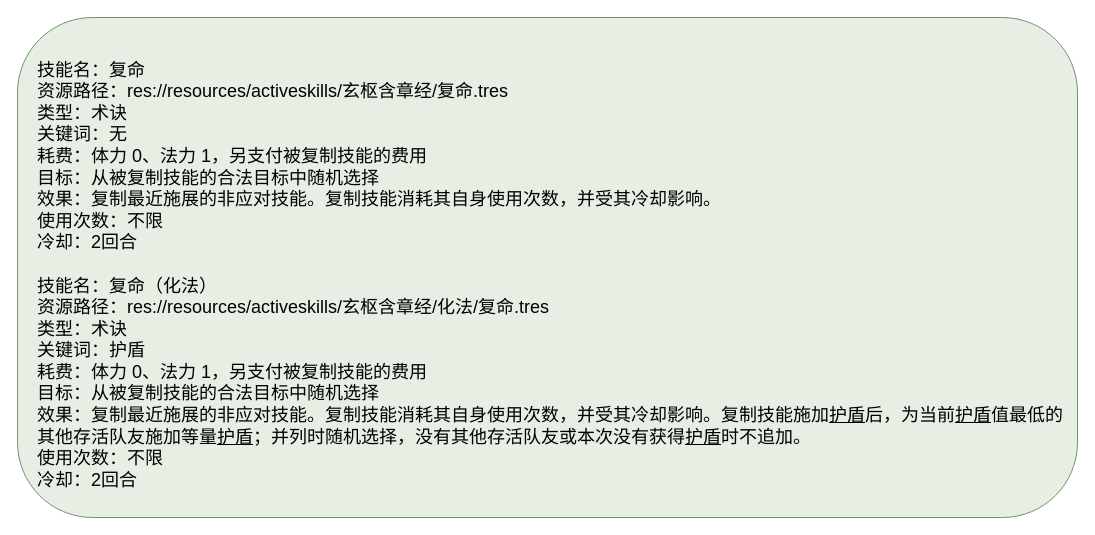
Above: docs/卡牌词典/秘籍技能/玄枢含章经/复命.drawio in ankundanetracyc-spec/tian-guan-you-du (draw.io), before the change. Source tidied: cells renumbered, new cells numbered last; positions are measured from the earlier drawing's top-left corner, leaving out a move shared by most shapes. Both pictures are drawn from the tidied source at 100%, with x=0, y=0 at pixel (17, 17).
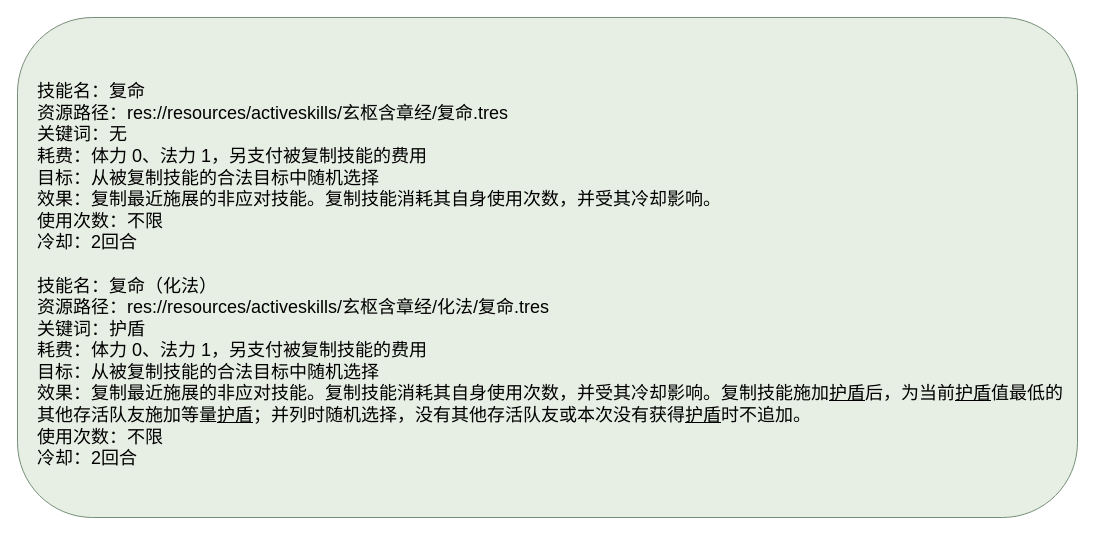
The same diagram, later.

The edit, as a diff of the source:
```diff
@@
 <mxGraphModel>
   <root>
     <mxCell id="0" />
     <mxCell id="1" parent="0" />
-    <mxCell id="2" value="技能名：复命&#10;资源路径：res://resources/activeskills/玄枢含章经/复命.tres&#10;类型：术诀&#10;关键词：无&#10;耗费：体力 0、法力 1，另支付被复制技能的费用&#10;目标：从被复制技能的合法目标中随机选择&#10;效果：复制最近施展的非应对技能。复制技能消耗其自身使用次数，并受其冷却影响。&#10;使用次数：不限&#10;冷却：2回合&#10;&#10;技能名：复命（化法）&#10;资源路径：res://resources/activeskills/玄枢含章经/化法/复命.tres&#10;类型：术诀&#10;关键词：护盾&#10;耗费：体力 0、法力 1，另支付被复制技能的费用&#10;目标：从被复制技能的合法目标中随机选择&#10;效果：复制最近施展的非应对技能。复制技能消耗其自身使用次数，并受其冷却影响。复制技能施加&lt;u&gt;护盾&lt;/u&gt;后，为当前&lt;u&gt;护盾&lt;/u&gt;值最低的其他存活队友施加等量&lt;u&gt;护盾&lt;/u&gt;；并列时随机选择，没有其他存活队友或本次没有获得&lt;u&gt;护盾&lt;/u&gt;时不追加。&#10;使用次数：不限&#10;冷却：2回合" style="rounded=1;whiteSpace=wrap;html=1;fillColor=#e7eee4;strokeColor=#769078;fontSize=18;align=left;spacingLeft=18;spacingTop=16;" parent="1" vertex="1">
+    <mxCell id="2" value="技能名：复命&#10;资源路径：res://resources/activeskills/玄枢含章经/复命.tres&#10;关键词：无&#10;耗费：体力 0、法力 1，另支付被复制技能的费用&#10;目标：从被复制技能的合法目标中随机选择&#10;效果：复制最近施展的非应对技能。复制技能消耗其自身使用次数，并受其冷却影响。&#10;使用次数：不限&#10;冷却：2回合&#10;&#10;技能名：复命（化法）&#10;资源路径：res://resources/activeskills/玄枢含章经/化法/复命.tres&#10;关键词：护盾&#10;耗费：体力 0、法力 1，另支付被复制技能的费用&#10;目标：从被复制技能的合法目标中随机选择&#10;效果：复制最近施展的非应对技能。复制技能消耗其自身使用次数，并受其冷却影响。复制技能施加&lt;u&gt;护盾&lt;/u&gt;后，为当前&lt;u&gt;护盾&lt;/u&gt;值最低的其他存活队友施加等量&lt;u&gt;护盾&lt;/u&gt;；并列时随机选择，没有其他存活队友或本次没有获得&lt;u&gt;护盾&lt;/u&gt;时不追加。&#10;使用次数：不限&#10;冷却：2回合" style="rounded=1;whiteSpace=wrap;html=1;fillColor=#e7eee4;strokeColor=#769078;fontSize=18;align=left;spacingLeft=18;spacingTop=16;" parent="1" vertex="1">
       <mxGeometry width="1060" height="500" as="geometry" />
     </mxCell>
   </root>
 </mxGraphModel>
```
